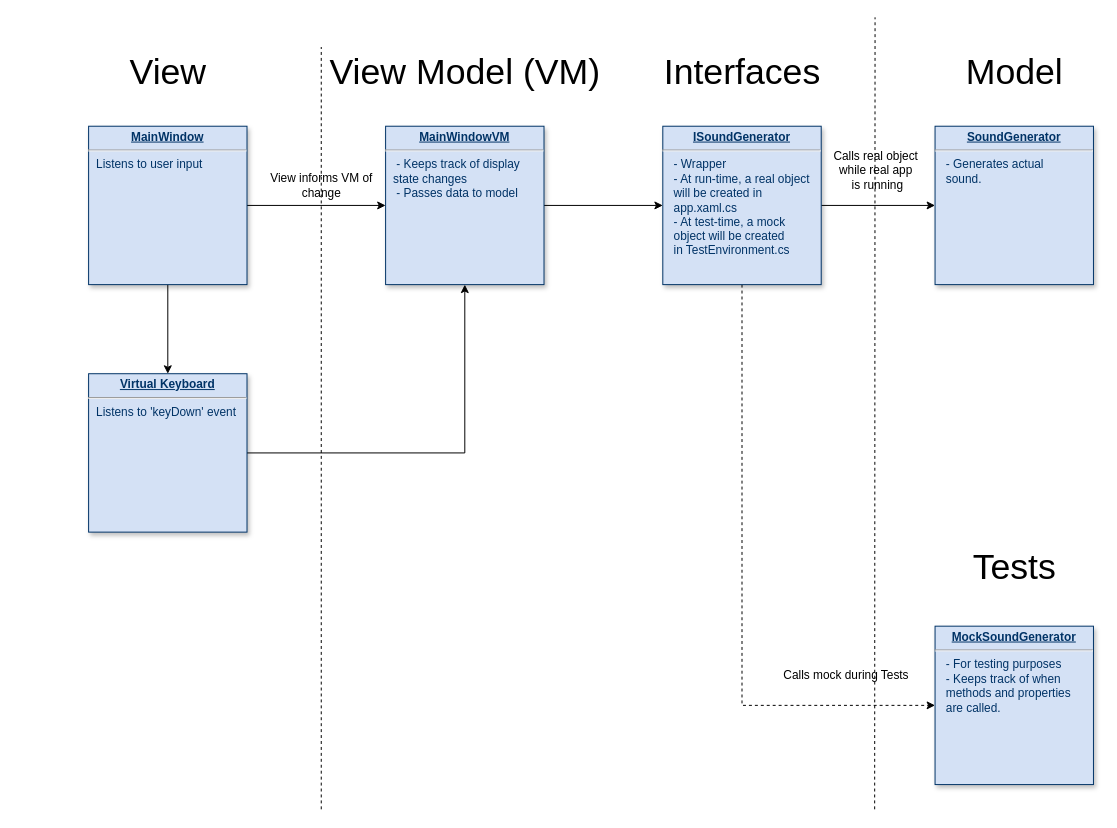
Before: SimpleSynthArchitecture.drawio in jonnolly/SimpleSynthesizer, a draw.io diagram. Source tidied: cells renumbered, new cells numbered last; positions are measured from the earlier drawing's top-left corner, leaving out a move shared by most shapes. Both pictures are drawn from the tidied source at 99%, with x=0, y=0 at pixel (88, 17).
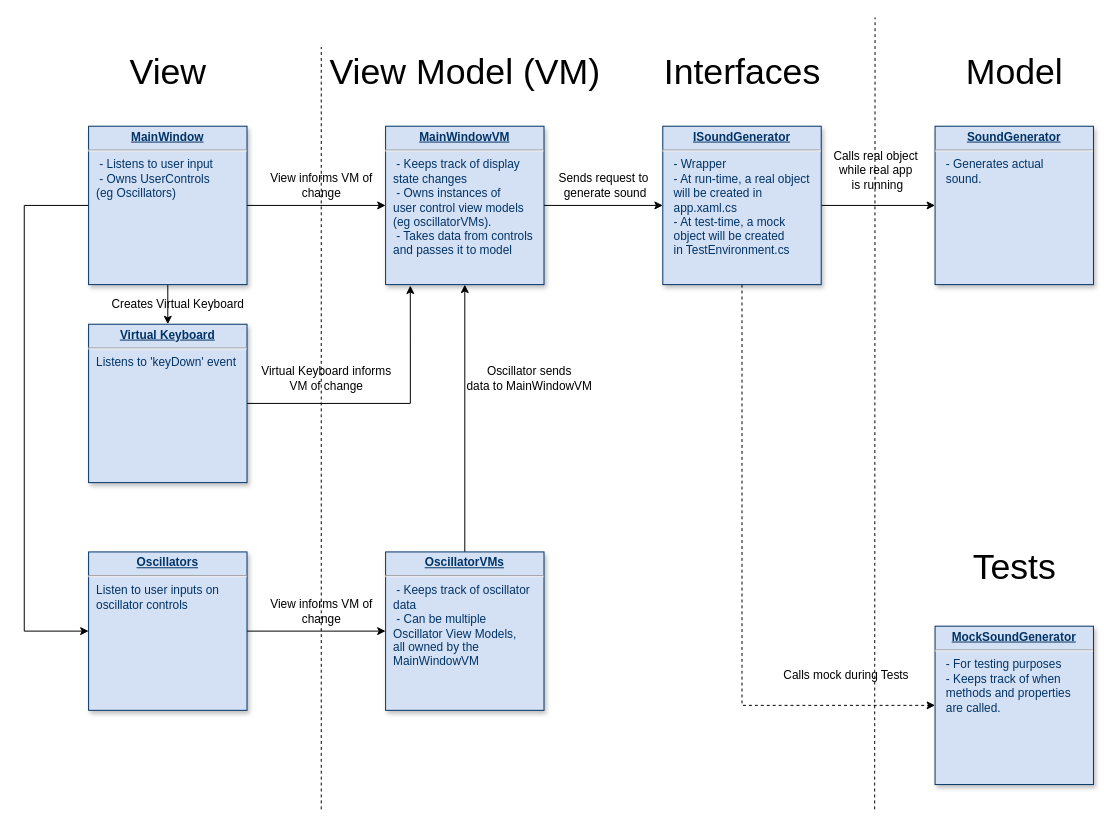
Above is the later version.

The edit, as a diff of the source:
```diff
@@
-    <mxCell id="3" value="&lt;p style=&quot;margin: 0px ; margin-top: 4px ; text-align: center ; text-decoration: underline&quot;&gt;&lt;strong&gt;MainWindowVM&lt;/strong&gt;&lt;/p&gt;&lt;hr&gt;&lt;p style=&quot;margin: 0px ; margin-left: 8px&quot;&gt;&amp;nbsp;- Keeps track of display&lt;/p&gt;&lt;p style=&quot;margin: 0px ; margin-left: 8px&quot;&gt;state changes&lt;/p&gt;&lt;p style=&quot;margin: 0px ; margin-left: 8px&quot;&gt;&amp;nbsp;- Passes data to model&lt;/p&gt;" style="verticalAlign=top;align=left;overflow=fill;fontSize=12;fontFamily=Helvetica;html=1;strokeColor=#003366;shadow=1;fillColor=#D4E1F5;fontColor=#003366;" parent="1" vertex="1">
+    <mxCell id="3" value="&lt;p style=&quot;margin: 0px ; margin-top: 4px ; text-align: center ; text-decoration: underline&quot;&gt;&lt;strong&gt;MainWindowVM&lt;/strong&gt;&lt;/p&gt;&lt;hr&gt;&lt;p style=&quot;margin: 0px ; margin-left: 8px&quot;&gt;&amp;nbsp;- Keeps track of display&lt;/p&gt;&lt;p style=&quot;margin: 0px ; margin-left: 8px&quot;&gt;state changes&lt;/p&gt;&lt;p style=&quot;margin: 0px 0px 0px 8px&quot;&gt;&amp;nbsp;- Owns instances of&lt;/p&gt;&lt;p style=&quot;margin: 0px 0px 0px 8px&quot;&gt;user control view models&lt;/p&gt;&lt;p style=&quot;margin: 0px 0px 0px 8px&quot;&gt;(eg oscillatorVMs).&lt;/p&gt;&lt;p style=&quot;margin: 0px 0px 0px 8px&quot;&gt;&amp;nbsp;- Takes data from controls&lt;/p&gt;&lt;p style=&quot;margin: 0px 0px 0px 8px&quot;&gt;and passes it&lt;span&gt;&amp;nbsp;to model&lt;/span&gt;&lt;/p&gt;" style="verticalAlign=top;align=left;overflow=fill;fontSize=12;fontFamily=Helvetica;html=1;strokeColor=#003366;shadow=1;fillColor=#D4E1F5;fontColor=#003366;" parent="1" vertex="1">
       <mxGeometry x="300" y="110" width="160" height="160" as="geometry" />
     </mxCell>
@@
+    <mxCell id="25" style="edgeStyle=orthogonalEdgeStyle;rounded=0;jettySize=auto;html=1;exitX=0;exitY=0.5;exitDx=0;exitDy=0;entryX=0;entryY=0.5;entryDx=0;entryDy=0;" parent="1" edge="1" source="6" target="28">
+      <mxGeometry relative="1" as="geometry">
+        <Array as="points">
+          <mxPoint x="-65" y="190" />
+          <mxPoint x="-65" y="620" />
+        </Array>
+      </mxGeometry>
+    </mxCell>
-    <mxCell id="6" value="&lt;p style=&quot;margin: 0px ; margin-top: 4px ; text-align: center ; text-decoration: underline&quot;&gt;&lt;strong&gt;MainWindow&lt;/strong&gt;&lt;/p&gt;&lt;hr&gt;&lt;p style=&quot;margin: 0px ; margin-left: 8px&quot;&gt;Listens to user input&lt;/p&gt;" style="verticalAlign=top;align=left;overflow=fill;fontSize=12;fontFamily=Helvetica;html=1;strokeColor=#003366;shadow=1;fillColor=#D4E1F5;fontColor=#003366;" parent="1" vertex="1">
+    <mxCell id="6" value="&lt;p style=&quot;margin: 0px ; margin-top: 4px ; text-align: center ; text-decoration: underline&quot;&gt;&lt;strong&gt;MainWindow&lt;/strong&gt;&lt;/p&gt;&lt;hr&gt;&lt;p style=&quot;margin: 0px ; margin-left: 8px&quot;&gt;&amp;nbsp;- Listens to user input&lt;/p&gt;&lt;p style=&quot;margin: 0px ; margin-left: 8px&quot;&gt;&amp;nbsp;- Owns UserControls&lt;/p&gt;&lt;p style=&quot;margin: 0px ; margin-left: 8px&quot;&gt;(eg Oscillators)&lt;/p&gt;" style="verticalAlign=top;align=left;overflow=fill;fontSize=12;fontFamily=Helvetica;html=1;strokeColor=#003366;shadow=1;fillColor=#D4E1F5;fontColor=#003366;" parent="1" vertex="1">
       <mxGeometry y="110" width="160" height="160" as="geometry" />
     </mxCell>
@@
-    <mxCell id="11" style="edgeStyle=orthogonalEdgeStyle;rounded=0;jettySize=auto;html=1;exitX=1;exitY=0.5;exitDx=0;exitDy=0;entryX=0.5;entryY=1;entryDx=0;entryDy=0;" parent="1" edge="1" source="12" target="3">
+    <mxCell id="11" style="edgeStyle=orthogonalEdgeStyle;rounded=0;jettySize=auto;html=1;exitX=1;exitY=0.5;exitDx=0;exitDy=0;entryX=0.156;entryY=1.006;entryDx=0;entryDy=0;entryPerimeter=0;" parent="1" edge="1" source="12" target="3">
       <mxGeometry relative="1" as="geometry" />
     </mxCell>
     <mxCell id="12" value="&lt;p style=&quot;margin: 0px ; margin-top: 4px ; text-align: center ; text-decoration: underline&quot;&gt;&lt;strong&gt;Virtual Keyboard&lt;/strong&gt;&lt;/p&gt;&lt;hr&gt;&lt;p style=&quot;margin: 0px ; margin-left: 8px&quot;&gt;Listens to 'keyDown' event&lt;/p&gt;" style="verticalAlign=top;align=left;overflow=fill;fontSize=12;fontFamily=Helvetica;html=1;strokeColor=#003366;shadow=1;fillColor=#D4E1F5;fontColor=#003366;" parent="1" vertex="1">
-      <mxGeometry y="360" width="160" height="160" as="geometry" />
+      <mxGeometry y="310" width="160" height="160" as="geometry" />
     </mxCell>
@@
+    <mxCell id="26" value="Creates Virtual Keyboard" style="text;html=1;align=center;verticalAlign=middle;" parent="1" vertex="1">
+      <mxGeometry x="15" y="280" width="150" height="20" as="geometry" />
+    </mxCell>
+    <mxCell id="27" style="edgeStyle=orthogonalEdgeStyle;rounded=0;jettySize=auto;html=1;exitX=1;exitY=0.5;exitDx=0;exitDy=0;entryX=0;entryY=0.5;entryDx=0;entryDy=0;" parent="1" edge="1" source="28" target="30">
+      <mxGeometry relative="1" as="geometry" />
+    </mxCell>
+    <mxCell id="28" value="&lt;p style=&quot;margin: 0px ; margin-top: 4px ; text-align: center ; text-decoration: underline&quot;&gt;&lt;strong&gt;Oscillators&lt;/strong&gt;&lt;/p&gt;&lt;hr&gt;&lt;p style=&quot;margin: 0px ; margin-left: 8px&quot;&gt;Listen to user inputs on&lt;/p&gt;&lt;p style=&quot;margin: 0px ; margin-left: 8px&quot;&gt;oscillator controls&lt;/p&gt;" style="verticalAlign=top;align=left;overflow=fill;fontSize=12;fontFamily=Helvetica;html=1;strokeColor=#003366;shadow=1;fillColor=#D4E1F5;fontColor=#003366;" parent="1" vertex="1">
+      <mxGeometry y="540" width="160" height="160" as="geometry" />
+    </mxCell>
+    <mxCell id="29" style="edgeStyle=orthogonalEdgeStyle;rounded=0;jettySize=auto;html=1;exitX=0.5;exitY=0;exitDx=0;exitDy=0;entryX=0.5;entryY=1;entryDx=0;entryDy=0;" parent="1" edge="1" source="30" target="3">
+      <mxGeometry relative="1" as="geometry" />
+    </mxCell>
+    <mxCell id="30" value="&lt;p style=&quot;margin: 0px ; margin-top: 4px ; text-align: center ; text-decoration: underline&quot;&gt;&lt;strong&gt;OscillatorVMs&lt;/strong&gt;&lt;/p&gt;&lt;hr&gt;&lt;p style=&quot;margin: 0px ; margin-left: 8px&quot;&gt;&amp;nbsp;- Keeps track of oscillator&lt;/p&gt;&lt;p style=&quot;margin: 0px ; margin-left: 8px&quot;&gt;data&lt;/p&gt;&lt;p style=&quot;margin: 0px ; margin-left: 8px&quot;&gt;&amp;nbsp;- Can be multiple&lt;/p&gt;&lt;p style=&quot;margin: 0px ; margin-left: 8px&quot;&gt;Oscillator View Models,&lt;/p&gt;&lt;p style=&quot;margin: 0px ; margin-left: 8px&quot;&gt;all owned by the&lt;/p&gt;&lt;p style=&quot;margin: 0px ; margin-left: 8px&quot;&gt;MainWindowVM&lt;/p&gt;" style="verticalAlign=top;align=left;overflow=fill;fontSize=12;fontFamily=Helvetica;html=1;strokeColor=#003366;shadow=1;fillColor=#D4E1F5;fontColor=#003366;" parent="1" vertex="1">
+      <mxGeometry x="300" y="540" width="160" height="160" as="geometry" />
+    </mxCell>
+    <mxCell id="31" value="View informs VM of&lt;br&gt;change" style="text;html=1;align=center;verticalAlign=middle;" parent="1" vertex="1">
+      <mxGeometry x="175" y="585" width="120" height="30" as="geometry" />
+    </mxCell>
+    <mxCell id="32" value="Oscillator sends&lt;br&gt;data to MainWindowVM" style="text;html=1;align=center;verticalAlign=middle;" parent="1" vertex="1">
+      <mxGeometry x="375" y="350" width="140" height="30" as="geometry" />
+    </mxCell>
+    <mxCell id="33" value="Sends request to&lt;br&gt;&amp;nbsp;generate sound" style="text;html=1;align=center;verticalAlign=middle;" parent="1" vertex="1">
+      <mxGeometry x="465" y="155" width="110" height="30" as="geometry" />
+    </mxCell>
+    <mxCell id="34" value="Virtual Keyboard informs&lt;br&gt;VM of change" style="text;html=1;align=center;verticalAlign=middle;" parent="1" vertex="1">
+      <mxGeometry x="165" y="350" width="150" height="30" as="geometry" />
+    </mxCell>
```
